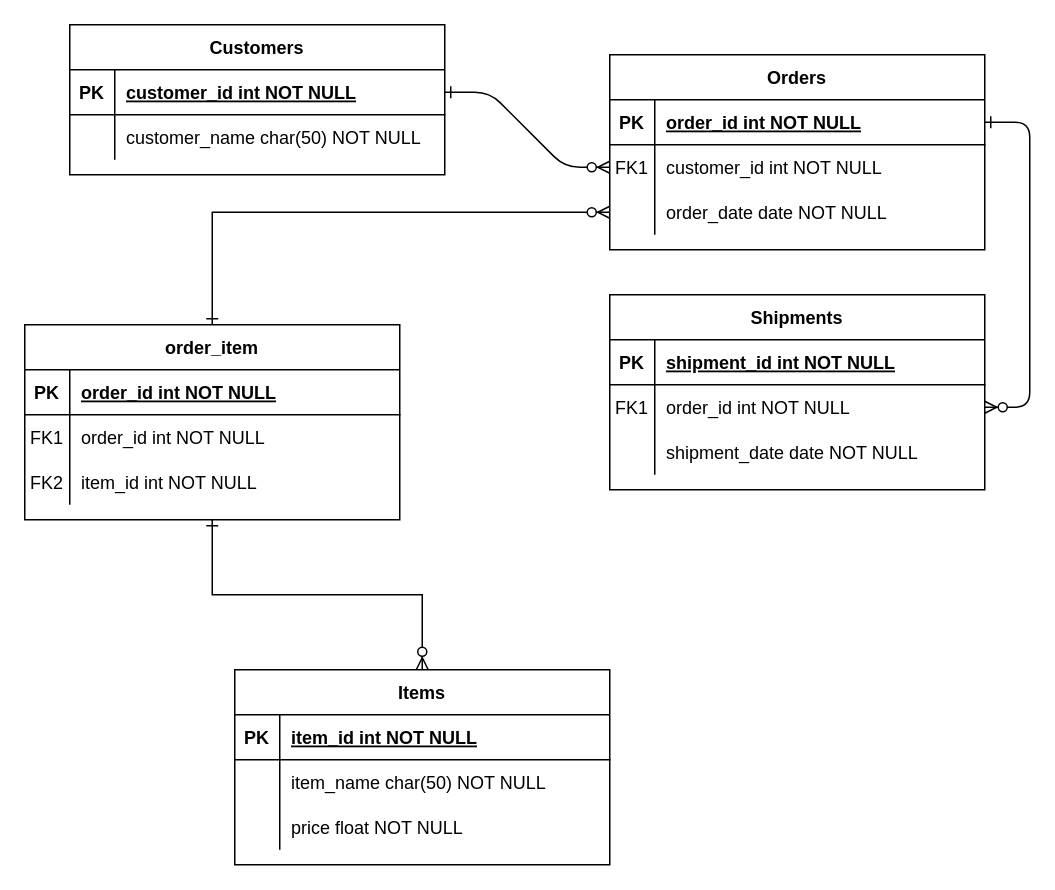
alocin98/angular-database-test keeps this draw.io diagram as angular-dtabase-test-schema.drawio. Above is the earlier version. Source tidied: cells renumbered, new cells numbered last; positions are measured from the earlier drawing's top-left corner, leaving out a move shared by most shapes. Both pictures are drawn from the tidied source at 150%, with x=0, y=0 at pixel (24, 24).
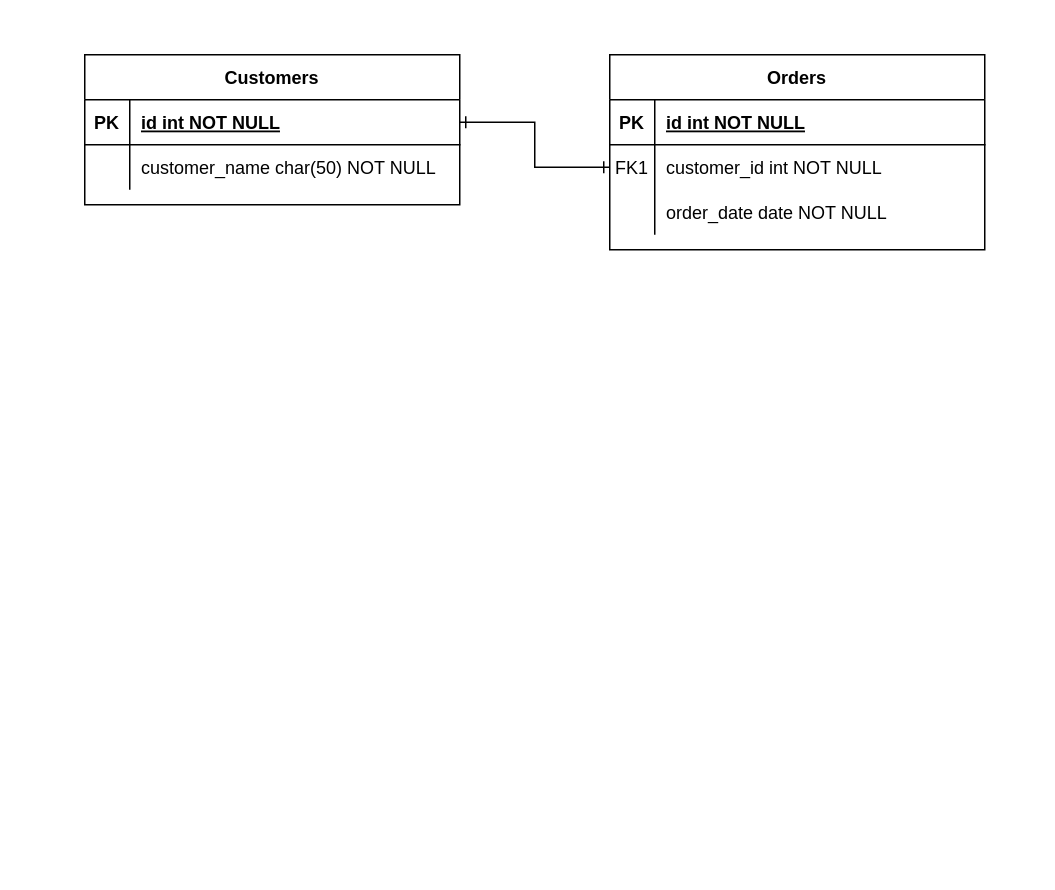
After the change.

The change refers to these unchanged cells:
```xml
<mxCell id="5" style="shape=partialRectangle;fillColor=none;points=[[0,0.5],[1,0.5]];portConstraint=eastwest;top=0;left=0;right=0;bottom=1;" parent="4" vertex="1">
  <mxGeometry y="30" width="250" height="30" as="geometry" />
</mxCell>
<mxCell id="8" style="shape=partialRectangle;fillColor=none;points=[[0,0.5],[1,0.5]];portConstraint=eastwest;top=0;left=0;right=0;bottom=0;" parent="4" vertex="1">
  <mxGeometry y="60" width="250" height="30" as="geometry" />
</mxCell>
<mxCell id="11" style="shape=partialRectangle;fillColor=none;points=[[0,0.5],[1,0.5]];portConstraint=eastwest;top=0;left=0;right=0;bottom=0;" parent="4" vertex="1">
  <mxGeometry y="90" width="250" height="30" as="geometry" />
</mxCell>
<mxCell id="25" style="shape=partialRectangle;fillColor=none;points=[[0,0.5],[1,0.5]];portConstraint=eastwest;top=0;left=0;right=0;bottom=1;" parent="24" vertex="1">
  <mxGeometry y="30" width="250" height="30" as="geometry" />
</mxCell>
```

Diff of the diagram source:
```diff
@@
-    <mxCell id="2" style="edgeStyle=entityRelationEdgeStyle;endArrow=ERzeroToMany;startArrow=ERone;endFill=1;startFill=0;" parent="1" edge="1" source="25" target="8">
-      <mxGeometry relative="1" as="geometry" />
-    </mxCell>
-    <mxCell id="3" style="edgeStyle=entityRelationEdgeStyle;endArrow=ERzeroToMany;startArrow=ERone;endFill=1;startFill=0;" parent="1" edge="1" source="5" target="18">
-      <mxGeometry relative="1" as="geometry" />
-    </mxCell>
@@
-    <mxCell id="7" value="order_id int NOT NULL " style="shape=partialRectangle;overflow=hidden;fillColor=none;top=0;left=0;bottom=0;right=0;align=left;spacingLeft=6;fontStyle=5;" parent="5" vertex="1">
+    <mxCell id="7" value="id int NOT NULL " style="shape=partialRectangle;overflow=hidden;fillColor=none;top=0;left=0;bottom=0;right=0;align=left;spacingLeft=6;fontStyle=5;" parent="5" vertex="1">
       <mxGeometry x="30" width="220" height="30" as="geometry" />
     </mxCell>
@@
-    <mxCell id="14" value="Shipments" style="shape=table;startSize=30;childLayout=tableLayout;rowLines=0;fontStyle=1;align=center;" parent="1" vertex="1">
-      <mxGeometry x="390" y="180" width="250" height="130" as="geometry" />
-    </mxCell>
-    <mxCell id="15" style="shape=partialRectangle;fillColor=none;top=0;left=0;right=0;bottom=1;" parent="14" vertex="1">
-      <mxGeometry y="30" width="250" height="30" as="geometry" />
-    </mxCell>
-    <mxCell id="16" value="PK" style="shape=partialRectangle;overflow=hidden;fillColor=none;top=0;left=0;bottom=0;right=0;fontStyle=1;" parent="15" vertex="1">
-      <mxGeometry width="30" height="30" as="geometry" />
-    </mxCell>
-    <mxCell id="17" value="shipment_id int NOT NULL " style="shape=partialRectangle;overflow=hidden;fillColor=none;top=0;left=0;bottom=0;right=0;align=left;spacingLeft=6;fontStyle=5;" parent="15" vertex="1">
-      <mxGeometry x="30" width="220" height="30" as="geometry" />
-    </mxCell>
-    <mxCell id="18" style="shape=partialRectangle;fillColor=none;points=[[0,0.5],[1,0.5]];portConstraint=eastwest;top=0;left=0;right=0;bottom=0;" parent="14" vertex="1">
-      <mxGeometry y="60" width="250" height="30" as="geometry" />
-    </mxCell>
-    <mxCell id="19" value="FK1" style="shape=partialRectangle;overflow=hidden;fillColor=none;top=0;left=0;bottom=0;right=0;" parent="18" vertex="1">
-      <mxGeometry width="30" height="30" as="geometry" />
-    </mxCell>
-    <mxCell id="20" value="order_id int NOT NULL" style="shape=partialRectangle;overflow=hidden;fillColor=none;top=0;left=0;bottom=0;right=0;align=left;spacingLeft=6;" parent="18" vertex="1">
-      <mxGeometry x="30" width="220" height="30" as="geometry" />
-    </mxCell>
-    <mxCell id="21" style="shape=partialRectangle;fillColor=none;top=0;left=0;right=0;bottom=0;" parent="14" vertex="1">
-      <mxGeometry y="90" width="250" height="30" as="geometry" />
-    </mxCell>
-    <mxCell id="22" style="shape=partialRectangle;overflow=hidden;fillColor=none;top=0;left=0;bottom=0;right=0;" parent="21" vertex="1">
-      <mxGeometry width="30" height="30" as="geometry" />
-    </mxCell>
-    <mxCell id="23" value="shipment_date date NOT NULL" style="shape=partialRectangle;overflow=hidden;fillColor=none;top=0;left=0;bottom=0;right=0;align=left;spacingLeft=6;" parent="21" vertex="1">
-      <mxGeometry x="30" width="220" height="30" as="geometry" />
-    </mxCell>
     <mxCell id="24" value="Customers" style="shape=table;startSize=30;childLayout=tableLayout;rowLines=0;fontStyle=1;align=center;" parent="1" vertex="1">
-      <mxGeometry x="30" width="250" height="100" as="geometry" />
+      <mxGeometry x="40" y="20" width="250" height="100" as="geometry" />
     </mxCell>
@@
-    <mxCell id="27" value="customer_id int NOT NULL " style="shape=partialRectangle;overflow=hidden;fillColor=none;top=0;left=0;bottom=0;right=0;align=left;spacingLeft=6;fontStyle=5;" parent="25" vertex="1">
+    <mxCell id="27" value="id int NOT NULL " style="shape=partialRectangle;overflow=hidden;fillColor=none;top=0;left=0;bottom=0;right=0;align=left;spacingLeft=6;fontStyle=5;" parent="25" vertex="1">
       <mxGeometry x="30" width="220" height="30" as="geometry" />
     </mxCell>
@@
-    <mxCell id="31" style="edgeStyle=orthogonalEdgeStyle;rounded=0;jettySize=auto;html=1;exitX=0.5;exitY=0;exitDx=0;exitDy=0;entryX=0;entryY=0.5;entryDx=0;entryDy=0;startArrow=ERone;startFill=0;endArrow=ERzeroToMany;endFill=1;" parent="1" edge="1" source="32" target="11">
-      <mxGeometry relative="1" as="geometry" />
-    </mxCell>
-    <mxCell id="32" value="order_item" style="shape=table;startSize=30;childLayout=tableLayout;rowLines=0;fontStyle=1;align=center;" parent="1" vertex="1">
-      <mxGeometry y="200" width="250" height="130" as="geometry" />
-    </mxCell>
-    <mxCell id="33" style="shape=partialRectangle;fillColor=none;top=0;left=0;right=0;bottom=1;" parent="32" vertex="1">
-      <mxGeometry y="30" width="250" height="30" as="geometry" />
-    </mxCell>
-    <mxCell id="34" value="PK" style="shape=partialRectangle;overflow=hidden;fillColor=none;top=0;left=0;bottom=0;right=0;fontStyle=1;" parent="33" vertex="1">
-      <mxGeometry width="30" height="30" as="geometry" />
-    </mxCell>
-    <mxCell id="35" value="order_id int NOT NULL " style="shape=partialRectangle;overflow=hidden;fillColor=none;top=0;left=0;bottom=0;right=0;align=left;spacingLeft=6;fontStyle=5;" parent="33" vertex="1">
-      <mxGeometry x="30" width="220" height="30" as="geometry" />
-    </mxCell>
-    <mxCell id="36" style="shape=partialRectangle;fillColor=none;top=0;left=0;right=0;bottom=0;" parent="32" vertex="1">
-      <mxGeometry y="60" width="250" height="30" as="geometry" />
-    </mxCell>
-    <mxCell id="37" value="FK1" style="shape=partialRectangle;overflow=hidden;fillColor=none;top=0;left=0;bottom=0;right=0;" parent="36" vertex="1">
-      <mxGeometry width="30" height="30" as="geometry" />
-    </mxCell>
-    <mxCell id="38" value="order_id int NOT NULL" style="shape=partialRectangle;overflow=hidden;fillColor=none;top=0;left=0;bottom=0;right=0;align=left;spacingLeft=6;" parent="36" vertex="1">
-      <mxGeometry x="30" width="220" height="30" as="geometry" />
-    </mxCell>
-    <mxCell id="39" style="shape=partialRectangle;fillColor=none;top=0;left=0;right=0;bottom=0;" parent="32" vertex="1">
-      <mxGeometry y="90" width="250" height="30" as="geometry" />
-    </mxCell>
-    <mxCell id="40" style="shape=partialRectangle;overflow=hidden;fillColor=none;top=0;left=0;bottom=0;right=0;" parent="39" vertex="1">
-      <mxGeometry width="30" height="30" as="geometry" />
-    </mxCell>
-    <mxCell id="41" value="item_id int NOT NULL" style="shape=partialRectangle;overflow=hidden;fillColor=none;top=0;left=0;bottom=0;right=0;align=left;spacingLeft=6;" parent="39" vertex="1">
-      <mxGeometry x="30" width="220" height="30" as="geometry" />
-    </mxCell>
-    <mxCell id="42" value="FK2" style="shape=partialRectangle;overflow=hidden;fillColor=none;top=0;left=0;bottom=0;right=0;" parent="1" vertex="1">
-      <mxGeometry y="290" width="30" height="30" as="geometry" />
-    </mxCell>
-    <mxCell id="43" style="edgeStyle=orthogonalEdgeStyle;rounded=0;jettySize=auto;html=1;entryX=0.5;entryY=1;entryDx=0;entryDy=0;startArrow=ERzeroToMany;startFill=1;endArrow=ERone;endFill=0;" parent="1" edge="1" source="44" target="32">
-      <mxGeometry relative="1" as="geometry" />
-    </mxCell>
-    <mxCell id="44" value="Items" style="shape=table;startSize=30;childLayout=tableLayout;rowLines=0;fontStyle=1;align=center;" parent="1" vertex="1">
-      <mxGeometry x="140" y="430" width="250" height="130" as="geometry" />
-    </mxCell>
-    <mxCell id="45" style="shape=partialRectangle;fillColor=none;top=0;left=0;right=0;bottom=1;" parent="44" vertex="1">
-      <mxGeometry y="30" width="250" height="30" as="geometry" />
-    </mxCell>
-    <mxCell id="46" value="PK" style="shape=partialRectangle;overflow=hidden;fillColor=none;top=0;left=0;bottom=0;right=0;fontStyle=1;" parent="45" vertex="1">
-      <mxGeometry width="30" height="30" as="geometry" />
-    </mxCell>
-    <mxCell id="47" value="item_id int NOT NULL " style="shape=partialRectangle;overflow=hidden;fillColor=none;top=0;left=0;bottom=0;right=0;align=left;spacingLeft=6;fontStyle=5;" parent="45" vertex="1">
-      <mxGeometry x="30" width="220" height="30" as="geometry" />
-    </mxCell>
-    <mxCell id="48" style="shape=partialRectangle;fillColor=none;top=0;left=0;right=0;bottom=0;" parent="44" vertex="1">
-      <mxGeometry y="60" width="250" height="30" as="geometry" />
-    </mxCell>
-    <mxCell id="49" style="shape=partialRectangle;overflow=hidden;fillColor=none;top=0;left=0;bottom=0;right=0;" parent="48" vertex="1">
-      <mxGeometry width="30" height="30" as="geometry" />
-    </mxCell>
-    <mxCell id="50" value="item_name char(50) NOT NULL" style="shape=partialRectangle;overflow=hidden;fillColor=none;top=0;left=0;bottom=0;right=0;align=left;spacingLeft=6;" parent="48" vertex="1">
-      <mxGeometry x="30" width="220" height="30" as="geometry" />
-    </mxCell>
-    <mxCell id="51" style="shape=partialRectangle;fillColor=none;top=0;left=0;right=0;bottom=0;" parent="44" vertex="1">
-      <mxGeometry y="90" width="250" height="30" as="geometry" />
-    </mxCell>
-    <mxCell id="52" style="shape=partialRectangle;overflow=hidden;fillColor=none;top=0;left=0;bottom=0;right=0;" parent="51" vertex="1">
-      <mxGeometry width="30" height="30" as="geometry" />
-    </mxCell>
-    <mxCell id="53" value="price float NOT NULL" style="shape=partialRectangle;overflow=hidden;fillColor=none;top=0;left=0;bottom=0;right=0;align=left;spacingLeft=6;" parent="51" vertex="1">
-      <mxGeometry x="30" width="220" height="30" as="geometry" />
-    </mxCell>
+    <mxCell id="2" style="edgeStyle=orthogonalEdgeStyle;rounded=0;jettySize=auto;html=1;exitX=1;exitY=0.5;exitDx=0;exitDy=0;entryX=0;entryY=0.5;entryDx=0;entryDy=0;endArrow=ERone;endFill=0;startArrow=ERone;startFill=0;" parent="1" edge="1" source="25" target="8">
+      <mxGeometry relative="1" as="geometry" />
+    </mxCell>
```
